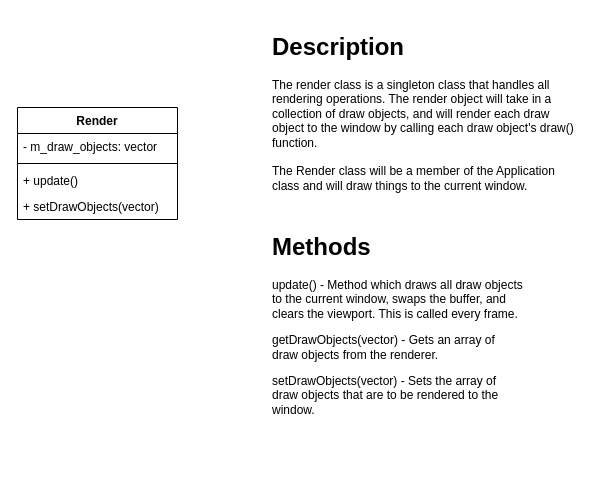
Before: docs/Render.drawio in LowFire/blazer3d, a draw.io diagram. Source tidied: cells renumbered, new cells numbered last; positions are measured from the earlier drawing's top-left corner, leaving out a move shared by most shapes. Both pictures are drawn from the tidied source at 100%, with x=0, y=0 at pixel (17, 27).
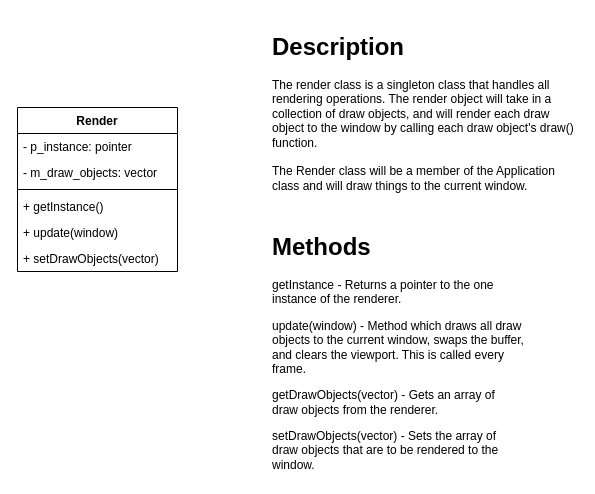
After the change.

Change to the diagram source:
```diff
@@
 <mxGraphModel>
   <root>
     <mxCell id="0" />
     <mxCell id="1" parent="0" />
     <mxCell id="2" value="&lt;h1&gt;Description&lt;/h1&gt;&lt;div&gt;The render class is a singleton class that handles all rendering operations. The render object will take in a collection of draw objects, and will render each draw object to the window by calling each draw object's draw() function.&lt;/div&gt;&lt;div&gt;&lt;br&gt;&lt;/div&gt;&lt;div&gt;The Render class will be a member of the Application class and will draw things to the current window.&lt;/div&gt;" style="text;html=1;strokeColor=none;fillColor=none;spacing=5;spacingTop=-20;whiteSpace=wrap;overflow=hidden;rounded=0;" parent="1" vertex="1">
       <mxGeometry x="250" width="310" height="210" as="geometry" />
     </mxCell>
     <mxCell id="3" value="Render" style="swimlane;fontStyle=1;align=center;verticalAlign=top;horizontal=1;startSize=26;" parent="1" vertex="1">
-      <mxGeometry y="80" width="160" height="112" as="geometry" />
+      <mxGeometry y="80" width="160" height="164" as="geometry" />
     </mxCell>
+    <mxCell id="9" value="- p_instance: pointer" style="text;strokeColor=none;fillColor=none;align=left;verticalAlign=top;spacingLeft=4;spacingRight=4;overflow=hidden;" parent="3" vertex="1">
+      <mxGeometry y="26" width="160" height="26" as="geometry" />
+    </mxCell>
     <mxCell id="4" value="- m_draw_objects: vector" style="text;strokeColor=none;fillColor=none;align=left;verticalAlign=top;spacingLeft=4;spacingRight=4;overflow=hidden;" parent="3" vertex="1">
-      <mxGeometry y="26" width="160" height="26" as="geometry" />
+      <mxGeometry y="52" width="160" height="26" as="geometry" />
     </mxCell>
     <mxCell id="5" style="line;strokeWidth=1;fillColor=none;align=left;verticalAlign=middle;spacingTop=-1;spacingLeft=3;spacingRight=3;labelPosition=right;" parent="3" vertex="1">
-      <mxGeometry y="52" width="160" height="8" as="geometry" />
+      <mxGeometry y="78" width="160" height="8" as="geometry" />
     </mxCell>
+    <mxCell id="10" value="+ getInstance()" style="text;strokeColor=none;fillColor=none;align=left;verticalAlign=top;spacingLeft=4;spacingRight=4;overflow=hidden;" parent="3" vertex="1">
+      <mxGeometry y="86" width="160" height="26" as="geometry" />
+    </mxCell>
-    <mxCell id="6" value="+ update()" style="text;strokeColor=none;fillColor=none;align=left;verticalAlign=top;spacingLeft=4;spacingRight=4;overflow=hidden;" parent="3" vertex="1">
-      <mxGeometry y="60" width="160" height="26" as="geometry" />
+    <mxCell id="6" value="+ update(window)" style="text;strokeColor=none;fillColor=none;align=left;verticalAlign=top;spacingLeft=4;spacingRight=4;overflow=hidden;" parent="3" vertex="1">
+      <mxGeometry y="112" width="160" height="26" as="geometry" />
     </mxCell>
     <mxCell id="7" value="+ setDrawObjects(vector)" style="text;strokeColor=none;fillColor=none;align=left;verticalAlign=top;spacingLeft=4;spacingRight=4;overflow=hidden;" parent="3" vertex="1">
-      <mxGeometry y="86" width="160" height="26" as="geometry" />
+      <mxGeometry y="138" width="160" height="26" as="geometry" />
     </mxCell>
-    <mxCell id="8" value="&lt;h1&gt;Methods&lt;/h1&gt;&lt;p&gt;update() - Method which draws all draw objects to the current window, swaps the buffer, and clears the viewport. This is called every frame.&lt;/p&gt;&lt;p&gt;getDrawObjects(vector) - Gets an array of draw objects from the renderer.&lt;/p&gt;&lt;p&gt;setDrawObjects(vector) - Sets the array of draw objects that are to be rendered to the window.&lt;/p&gt;" style="text;html=1;strokeColor=none;fillColor=none;spacing=5;spacingTop=-20;whiteSpace=wrap;overflow=hidden;rounded=0;" parent="1" vertex="1">
-      <mxGeometry x="250" y="200" width="260" height="190" as="geometry" />
+    <mxCell id="8" value="&lt;h1&gt;Methods&lt;/h1&gt;&lt;p&gt;getInstance - Returns a pointer to the one instance of the renderer.&lt;/p&gt;&lt;p&gt;update(window) - Method which draws all draw objects to the current window, swaps the buffer, and clears the viewport. This is called every frame.&lt;/p&gt;&lt;p&gt;getDrawObjects(vector) - Gets an array of draw objects from the renderer.&lt;/p&gt;&lt;p&gt;setDrawObjects(vector) - Sets the array of draw objects that are to be rendered to the window.&lt;/p&gt;" style="text;html=1;strokeColor=none;fillColor=none;spacing=5;spacingTop=-20;whiteSpace=wrap;overflow=hidden;rounded=0;" parent="1" vertex="1">
+      <mxGeometry x="250" y="200" width="260" height="250" as="geometry" />
     </mxCell>
   </root>
 </mxGraphModel>
```
